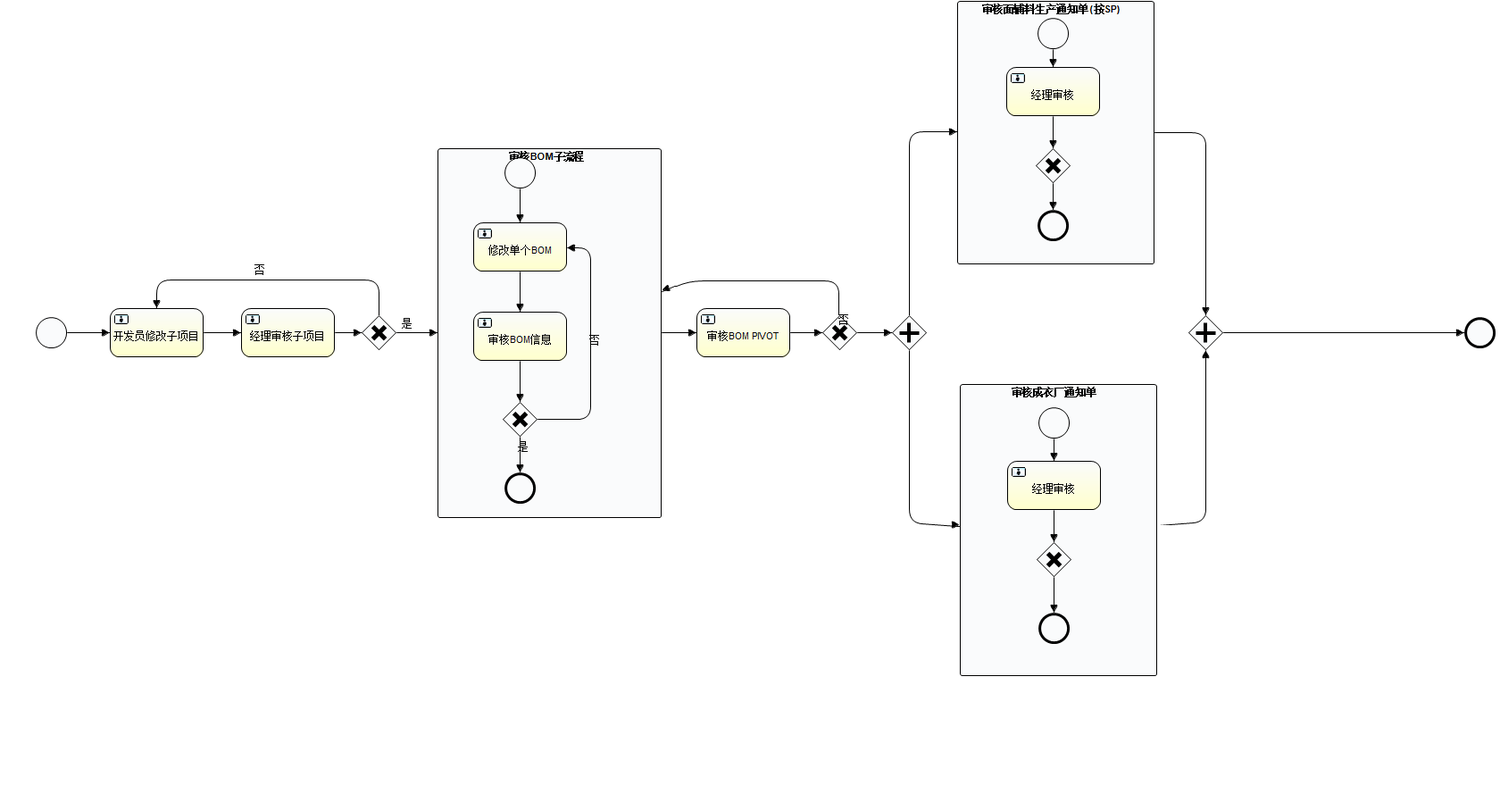
firebata/activiti5example keeps this BPMN diagram as src/main/java/com/cnfwsy/app/day11/SkySport02Subprocess.png. Above is the earlier version. Its source is kept beside it as src/main/java/com/cnfwsy/app/day11/SkySport02Subprocess.bpmn. Ids are renumbered.
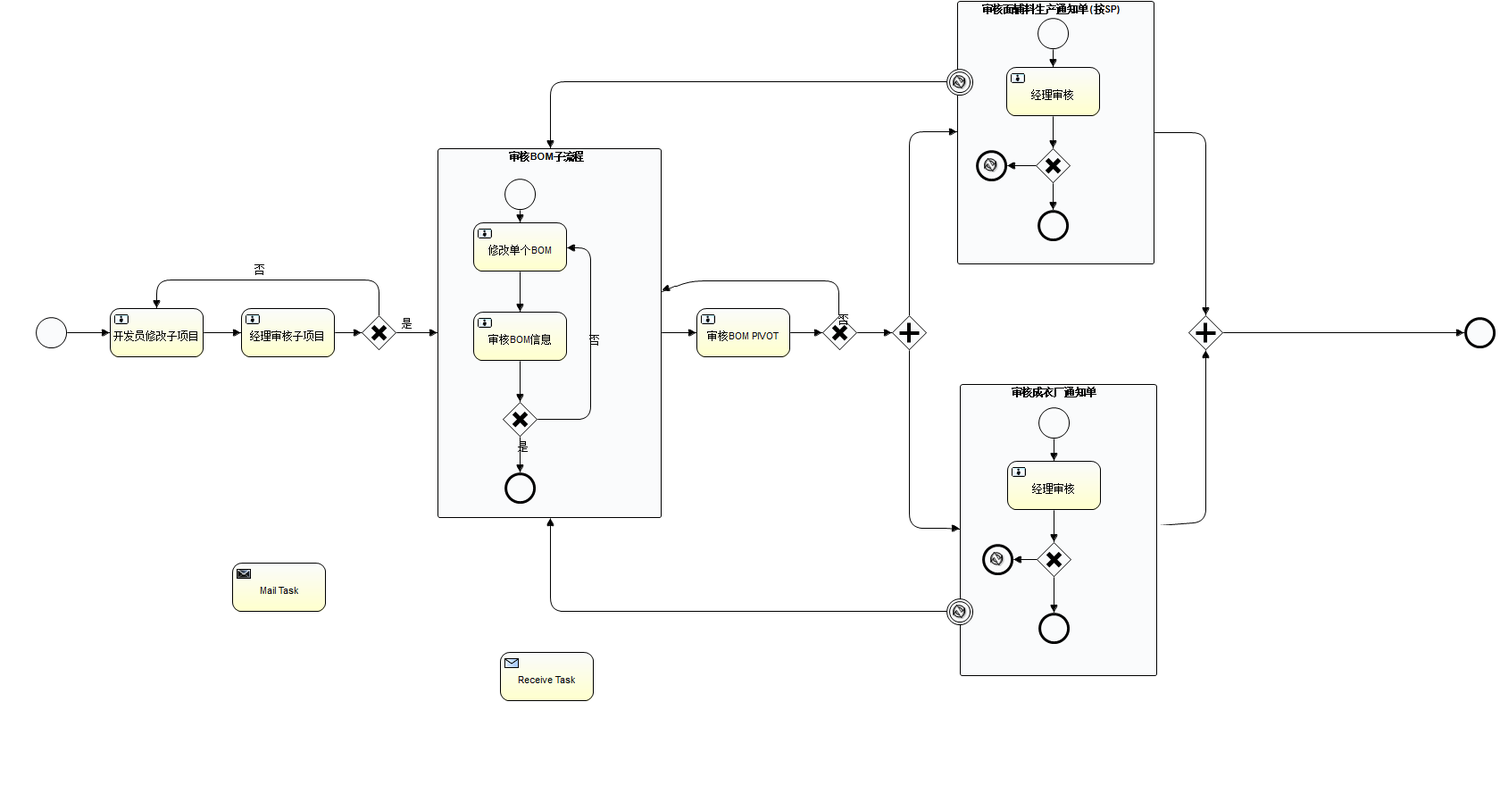
Later version of the same file.

What changed in the source:
```diff
@@ -35,6 +35,10 @@
       <sequenceFlow id="flow17" sourceRef="usertask7" targetRef="exclusivegateway4"></sequenceFlow>
       <sequenceFlow id="flow18" sourceRef="startevent3" targetRef="usertask7"></sequenceFlow>
       <sequenceFlow id="flow22" sourceRef="exclusivegateway4" targetRef="endevent3"></sequenceFlow>
+      <endEvent id="errorendevent2" name="ErrorEnd">
+        <errorEventDefinition></errorEventDefinition>
+      </endEvent>
+      <sequenceFlow id="flow32" sourceRef="exclusivegateway4" targetRef="errorendevent2"></sequenceFlow>
     </subProcess>
     <subProcess id="subprocess3" name="审核成衣厂通知单">
       <startEvent id="startevent4" name="Start"></startEvent>
@@ -44,6 +48,10 @@
       <sequenceFlow id="flow25" sourceRef="startevent4" targetRef="usertask8"></sequenceFlow>
       <sequenceFlow id="flow26" sourceRef="usertask8" targetRef="exclusivegateway5"></sequenceFlow>
       <sequenceFlow id="flow27" sourceRef="exclusivegateway5" targetRef="endevent4"></sequenceFlow>
+      <endEvent id="errorendevent1" name="ErrorEnd">
+        <errorEventDefinition></errorEventDefinition>
+      </endEvent>
+      <sequenceFlow id="flow33" sourceRef="exclusivegateway5" targetRef="errorendevent1"></sequenceFlow>
     </subProcess>
     <parallelGateway id="parallelgateway1" name="Parallel Gateway"></parallelGateway>
     <sequenceFlow id="flow19" sourceRef="exclusivegateway3" targetRef="parallelgateway1"></sequenceFlow>
@@ -53,6 +61,16 @@
     <sequenceFlow id="flow23" sourceRef="subprocess2" targetRef="parallelgateway2"></sequenceFlow>
     <sequenceFlow id="flow24" sourceRef="subprocess3" targetRef="parallelgateway2"></sequenceFlow>
     <sequenceFlow id="flow30" sourceRef="parallelgateway2" targetRef="endevent1"></sequenceFlow>
+    <boundaryEvent id="boundaryerror1" name="Error" attachedToRef="subprocess2">
+      <errorEventDefinition></errorEventDefinition>
+    </boundaryEvent>
+    <boundaryEvent id="boundaryerror2" name="Error" attachedToRef="subprocess3">
+      <errorEventDefinition></errorEventDefinition>
+    </boundaryEvent>
+    <sequenceFlow id="flow34" sourceRef="boundaryerror1" targetRef="subprocess1"></sequenceFlow>
+    <sequenceFlow id="flow35" sourceRef="boundaryerror2" targetRef="subprocess1"></sequenceFlow>
+    <serviceTask id="mailtask1" name="Mail Task" activiti:type="mail"></serviceTask>
+    <receiveTask id="receivetask1" name="Receive Task"></receiveTask>
   </process>
   <bpmndi:BPMNDiagram id="BPMNDiagram_myProcess">
     <bpmndi:BPMNPlane bpmnElement="myProcess" id="BPMNPlane_myProcess">
@@ -75,7 +93,7 @@
         <omgdc:Bounds height="414.0" width="251.0" x="490.0" y="166.0"></omgdc:Bounds>
       </bpmndi:BPMNShape>
       <bpmndi:BPMNShape bpmnElement="startevent2" id="BPMNShape_startevent2">
-        <omgdc:Bounds height="35.0" width="35.0" x="565.0" y="176.0"></omgdc:Bounds>
+        <omgdc:Bounds height="35.0" width="35.0" x="565.0" y="200.0"></omgdc:Bounds>
       </bpmndi:BPMNShape>
       <bpmndi:BPMNShape bpmnElement="usertask3" id="BPMNShape_usertask3">
         <omgdc:Bounds height="55.0" width="105.0" x="530.0" y="249.0"></omgdc:Bounds>
@@ -110,6 +128,12 @@
       <bpmndi:BPMNShape bpmnElement="endevent3" id="BPMNShape_endevent3">
         <omgdc:Bounds height="35.0" width="35.0" x="1162.0" y="235.0"></omgdc:Bounds>
       </bpmndi:BPMNShape>
+      <bpmndi:BPMNShape bpmnElement="errorendevent2" id="BPMNShape_errorendevent2">
+        <omgdc:Bounds height="35.0" width="35.0" x="1093.0" y="168.0"></omgdc:Bounds>
+      </bpmndi:BPMNShape>
+      <bpmndi:BPMNShape bpmnElement="boundaryerror1" id="BPMNShape_boundaryerror1">
+        <omgdc:Bounds height="30.0" width="30.0" x="1060.0" y="77.0"></omgdc:Bounds>
+      </bpmndi:BPMNShape>
       <bpmndi:BPMNShape bpmnElement="subprocess3" id="BPMNShape_subprocess3">
         <omgdc:Bounds height="327.0" width="221.0" x="1075.0" y="430.0"></omgdc:Bounds>
       </bpmndi:BPMNShape>
@@ -125,14 +149,26 @@
       <bpmndi:BPMNShape bpmnElement="endevent4" id="BPMNShape_endevent4">
         <omgdc:Bounds height="35.0" width="35.0" x="1163.0" y="686.0"></omgdc:Bounds>
       </bpmndi:BPMNShape>
+      <bpmndi:BPMNShape bpmnElement="errorendevent1" id="BPMNShape_errorendevent1">
+        <omgdc:Bounds height="35.0" width="35.0" x="1100.0" y="609.0"></omgdc:Bounds>
+      </bpmndi:BPMNShape>
+      <bpmndi:BPMNShape bpmnElement="boundaryerror2" id="BPMNShape_boundaryerror2">
+        <omgdc:Bounds height="30.0" width="30.0" x="1060.0" y="670.0"></omgdc:Bounds>
+      </bpmndi:BPMNShape>
       <bpmndi:BPMNShape bpmnElement="parallelgateway1" id="BPMNShape_parallelgateway1">
         <omgdc:Bounds height="40.0" width="40.0" x="998.0" y="352.0"></omgdc:Bounds>
       </bpmndi:BPMNShape>
       <bpmndi:BPMNShape bpmnElement="parallelgateway2" id="BPMNShape_parallelgateway2">
         <omgdc:Bounds height="40.0" width="40.0" x="1330.0" y="352.0"></omgdc:Bounds>
       </bpmndi:BPMNShape>
+      <bpmndi:BPMNShape bpmnElement="mailtask1" id="BPMNShape_mailtask1">
+        <omgdc:Bounds height="55.0" width="105.0" x="260.0" y="630.0"></omgdc:Bounds>
+      </bpmndi:BPMNShape>
+      <bpmndi:BPMNShape bpmnElement="receivetask1" id="BPMNShape_receivetask1">
+        <omgdc:Bounds height="55.0" width="105.0" x="560.0" y="730.0"></omgdc:Bounds>
+      </bpmndi:BPMNShape>
       <bpmndi:BPMNEdge bpmnElement="flow6" id="BPMNEdge_flow6">
-        <omgdi:waypoint x="582.0" y="211.0"></omgdi:waypoint>
+        <omgdi:waypoint x="582.0" y="235.0"></omgdi:waypoint>
         <omgdi:waypoint x="582.0" y="249.0"></omgdi:waypoint>
       </bpmndi:BPMNEdge>
       <bpmndi:BPMNEdge bpmnElement="flow7" id="BPMNEdge_flow7">
@@ -218,6 +254,10 @@
         <omgdi:waypoint x="1179.0" y="205.0"></omgdi:waypoint>
         <omgdi:waypoint x="1179.0" y="235.0"></omgdi:waypoint>
       </bpmndi:BPMNEdge>
+      <bpmndi:BPMNEdge bpmnElement="flow32" id="BPMNEdge_flow32">
+        <omgdi:waypoint x="1159.0" y="185.0"></omgdi:waypoint>
+        <omgdi:waypoint x="1128.0" y="185.0"></omgdi:waypoint>
+      </bpmndi:BPMNEdge>
       <bpmndi:BPMNEdge bpmnElement="flow25" id="BPMNEdge_flow25">
         <omgdi:waypoint x="1180.0" y="491.0"></omgdi:waypoint>
         <omgdi:waypoint x="1180.0" y="516.0"></omgdi:waypoint>
@@ -230,6 +270,10 @@
         <omgdi:waypoint x="1180.0" y="646.0"></omgdi:waypoint>
         <omgdi:waypoint x="1180.0" y="686.0"></omgdi:waypoint>
       </bpmndi:BPMNEdge>
+      <bpmndi:BPMNEdge bpmnElement="flow33" id="BPMNEdge_flow33">
+        <omgdi:waypoint x="1160.0" y="626.0"></omgdi:waypoint>
+        <omgdi:waypoint x="1135.0" y="626.0"></omgdi:waypoint>
+      </bpmndi:BPMNEdge>
       <bpmndi:BPMNEdge bpmnElement="flow19" id="BPMNEdge_flow19">
         <omgdi:waypoint x="960.0" y="372.0"></omgdi:waypoint>
         <omgdi:waypoint x="998.0" y="372.0"></omgdi:waypoint>
@@ -241,7 +285,7 @@
       </bpmndi:BPMNEdge>
       <bpmndi:BPMNEdge bpmnElement="flow21" id="BPMNEdge_flow21">
         <omgdi:waypoint x="1018.0" y="392.0"></omgdi:waypoint>
-        <omgdi:waypoint x="1018.0" y="585.0"></omgdi:waypoint>
+        <omgdi:waypoint x="1018.0" y="590.0"></omgdi:waypoint>
         <omgdi:waypoint x="1075.0" y="593.0"></omgdi:waypoint>
       </bpmndi:BPMNEdge>
       <bpmndi:BPMNEdge bpmnElement="flow23" id="BPMNEdge_flow23">
@@ -258,6 +302,16 @@
         <omgdi:waypoint x="1370.0" y="372.0"></omgdi:waypoint>
         <omgdi:waypoint x="1640.0" y="372.0"></omgdi:waypoint>
       </bpmndi:BPMNEdge>
+      <bpmndi:BPMNEdge bpmnElement="flow34" id="BPMNEdge_flow34">
+        <omgdi:waypoint x="1060.0" y="92.0"></omgdi:waypoint>
+        <omgdi:waypoint x="616.0" y="91.0"></omgdi:waypoint>
+        <omgdi:waypoint x="615.0" y="166.0"></omgdi:waypoint>
+      </bpmndi:BPMNEdge>
+      <bpmndi:BPMNEdge bpmnElement="flow35" id="BPMNEdge_flow35">
+        <omgdi:waypoint x="1060.0" y="685.0"></omgdi:waypoint>
+        <omgdi:waypoint x="616.0" y="684.0"></omgdi:waypoint>
+        <omgdi:waypoint x="615.0" y="580.0"></omgdi:waypoint>
+      </bpmndi:BPMNEdge>
     </bpmndi:BPMNPlane>
   </bpmndi:BPMNDiagram>
 </definitions>
```
